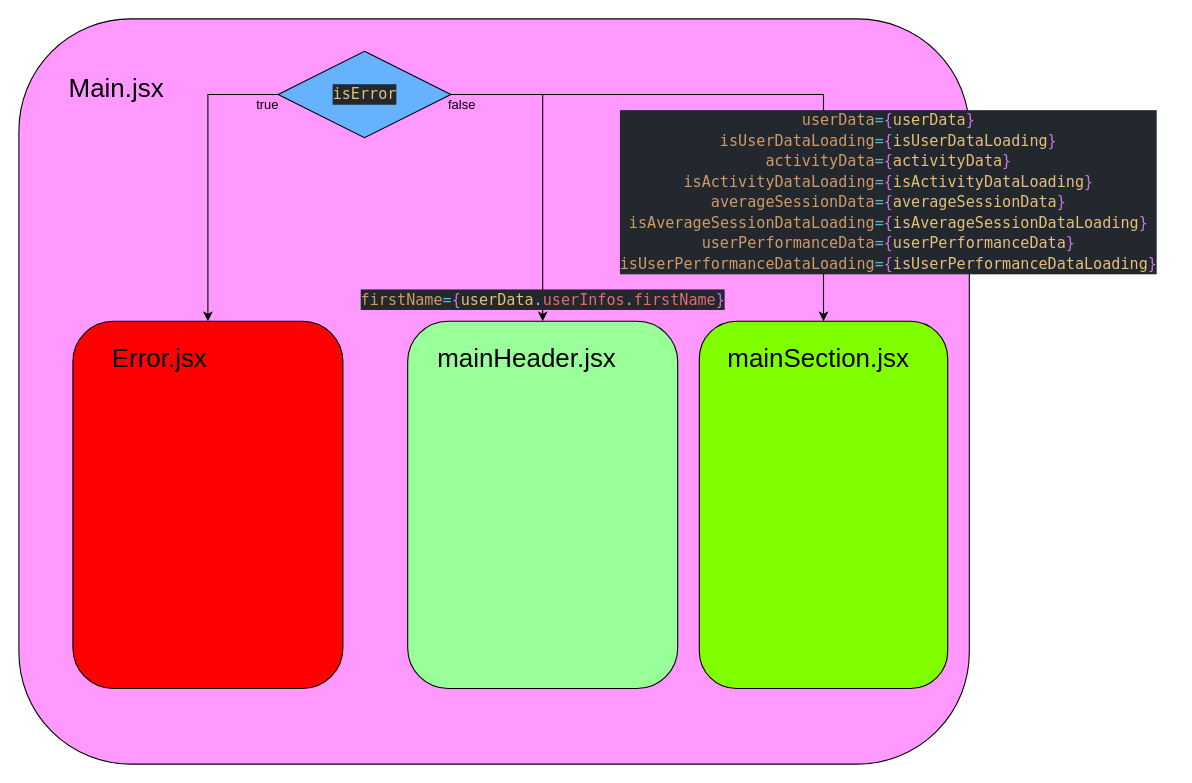
This is docs/Main.jsx.drawio from DevWeb13/GiulianoLoic_12_26022022, a draw.io file, before an edit. Source tidied: cells renumbered, new cells numbered last; positions are measured from the earlier drawing's top-left corner, leaving out a move shared by most shapes. Both pictures are drawn from the tidied source at 108%, with x=0, y=0 at pixel (18, 18).
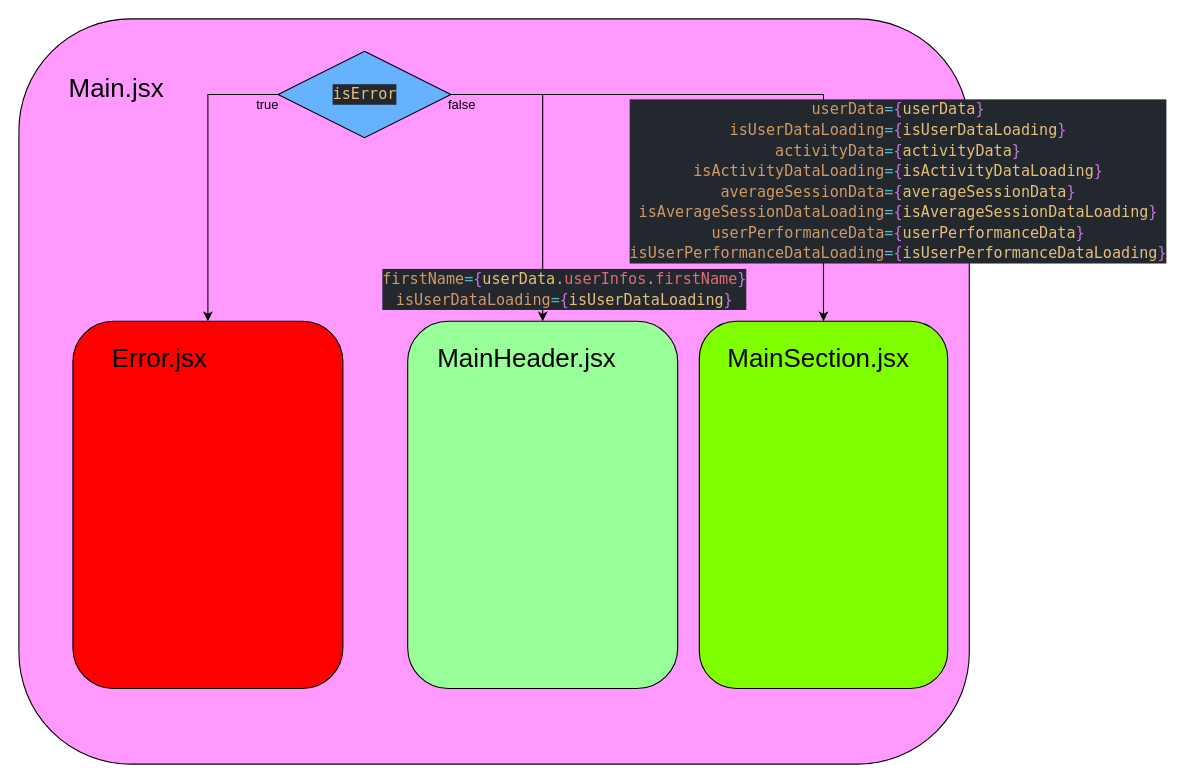
After the change.

Diff of the diagram source:
```diff
@@
 <mxGraphModel>
   <root>
     <mxCell id="0" />
     <mxCell id="1" parent="0" />
     <mxCell id="2" style="rounded=1;whiteSpace=wrap;html=1;fontFamily=Helvetica;fontSize=24;fontColor=default;strokeColor=default;fillColor=#FF99FF;" parent="1" vertex="1">
       <mxGeometry width="880" height="690" as="geometry" />
     </mxCell>
     <mxCell id="3" value="Main.jsx" style="text;html=1;align=center;verticalAlign=middle;strokeColor=none;fillColor=none;fontSize=24;fontFamily=Helvetica;fontColor=default;" parent="1" vertex="1">
       <mxGeometry x="40" y="50" width="100" height="30" as="geometry" />
     </mxCell>
     <mxCell id="4" style="rounded=1;whiteSpace=wrap;html=1;fillColor=#99FF99;" parent="1" vertex="1">
       <mxGeometry x="360" y="280" width="250" height="340" as="geometry" />
     </mxCell>
-    <mxCell id="5" value="mainHeader.jsx" style="text;html=1;align=center;verticalAlign=middle;strokeColor=none;fillColor=none;fontSize=24;fontFamily=Helvetica;fontColor=default;" parent="1" vertex="1">
+    <mxCell id="5" value="MainHeader.jsx" style="text;html=1;align=center;verticalAlign=middle;strokeColor=none;fillColor=none;fontSize=24;fontFamily=Helvetica;fontColor=default;" parent="1" vertex="1">
       <mxGeometry x="380" y="300" width="180" height="30" as="geometry" />
     </mxCell>
     <mxCell id="6" style="rounded=1;whiteSpace=wrap;html=1;fillColor=#80FF00;" parent="1" vertex="1">
       <mxGeometry x="630" y="280" width="230" height="340" as="geometry" />
     </mxCell>
-    <mxCell id="7" value="mainSection.jsx" style="text;html=1;align=center;verticalAlign=middle;strokeColor=none;fillColor=none;fontSize=24;fontFamily=Helvetica;fontColor=default;" parent="1" vertex="1">
+    <mxCell id="7" value="MainSection.jsx" style="text;html=1;align=center;verticalAlign=middle;strokeColor=none;fillColor=none;fontSize=24;fontFamily=Helvetica;fontColor=default;" parent="1" vertex="1">
       <mxGeometry x="650" y="300" width="180" height="30" as="geometry" />
     </mxCell>
     <mxCell id="8" style="rounded=1;whiteSpace=wrap;html=1;fillColor=#FF0000;" parent="1" vertex="1">
       <mxGeometry x="50" y="280" width="250" height="340" as="geometry" />
     </mxCell>
     <mxCell id="9" value="Error.jsx" style="text;html=1;align=center;verticalAlign=middle;strokeColor=none;fillColor=none;fontSize=24;fontFamily=Helvetica;fontColor=default;" parent="1" vertex="1">
       <mxGeometry x="80" y="300" width="100" height="30" as="geometry" />
     </mxCell>
     <mxCell id="10" style="edgeStyle=orthogonalEdgeStyle;rounded=0;jettySize=auto;html=1;exitX=1;exitY=0.5;exitDx=0;exitDy=0;entryX=0.5;entryY=0;entryDx=0;entryDy=0;" parent="1" edge="1" source="13" target="4">
       <mxGeometry relative="1" as="geometry" />
     </mxCell>
     <mxCell id="11" style="edgeStyle=orthogonalEdgeStyle;rounded=0;jettySize=auto;html=1;exitX=1;exitY=0.5;exitDx=0;exitDy=0;" parent="1" edge="1" source="13" target="6">
       <mxGeometry relative="1" as="geometry" />
     </mxCell>
     <mxCell id="12" style="edgeStyle=orthogonalEdgeStyle;rounded=0;jettySize=auto;html=1;exitX=0;exitY=0.5;exitDx=0;exitDy=0;" parent="1" edge="1" source="13" target="8">
       <mxGeometry relative="1" as="geometry" />
     </mxCell>
     <mxCell id="13" style="rhombus;whiteSpace=wrap;html=1;fillColor=#66B2FF;" parent="1" vertex="1">
       <mxGeometry x="240" y="30" width="160" height="80" as="geometry" />
     </mxCell>
     <mxCell id="14" value="&lt;div style=&quot;color: rgb(171 , 178 , 191) ; background-color: rgb(35 , 39 , 46) ; font-family: &amp;#34;droid sans mono&amp;#34; , &amp;#34;monospace&amp;#34; , monospace ; font-size: 14px ; line-height: 19px&quot;&gt;&lt;span style=&quot;color: #e5c07b&quot;&gt;isError&lt;/span&gt;&lt;/div&gt;" style="text;html=1;align=center;verticalAlign=middle;strokeColor=none;fillColor=none;" parent="1" vertex="1">
       <mxGeometry x="285" y="60" width="70" height="20" as="geometry" />
     </mxCell>
     <mxCell id="15" value="true" style="text;html=1;align=center;verticalAlign=middle;strokeColor=none;fillColor=none;" parent="1" vertex="1">
       <mxGeometry x="210" y="70" width="40" height="20" as="geometry" />
     </mxCell>
     <mxCell id="16" value="false" style="text;html=1;align=center;verticalAlign=middle;strokeColor=none;fillColor=none;" parent="1" vertex="1">
       <mxGeometry x="390" y="70" width="40" height="20" as="geometry" />
     </mxCell>
-    <mxCell id="17" value="&lt;div style=&quot;color: rgb(171 , 178 , 191) ; background-color: rgb(35 , 39 , 46) ; font-family: &amp;#34;droid sans mono&amp;#34; , &amp;#34;monospace&amp;#34; , monospace ; font-size: 14px ; line-height: 19px&quot;&gt;&lt;span style=&quot;color: #d19a66&quot;&gt;firstName&lt;/span&gt;&lt;span style=&quot;color: #56b6c2&quot;&gt;=&lt;/span&gt;&lt;span style=&quot;color: #c678dd&quot;&gt;{&lt;/span&gt;&lt;span style=&quot;color: #e5c07b&quot;&gt;userData&lt;/span&gt;.&lt;span style=&quot;color: #e06c75&quot;&gt;userInfos&lt;/span&gt;.&lt;span style=&quot;color: #e06c75&quot;&gt;firstName&lt;/span&gt;&lt;span style=&quot;color: #c678dd&quot;&gt;}&lt;/span&gt;&lt;/div&gt;" style="text;html=1;align=center;verticalAlign=middle;strokeColor=none;fillColor=none;" parent="1" vertex="1">
-      <mxGeometry x="310" y="250" width="350" height="20" as="geometry" />
-    </mxCell>
     <mxCell id="18" value="&lt;div style=&quot;color: rgb(171 , 178 , 191) ; background-color: rgb(35 , 39 , 46) ; font-family: &amp;#34;droid sans mono&amp;#34; , &amp;#34;monospace&amp;#34; , monospace ; font-size: 14px ; line-height: 19px&quot;&gt;&lt;div&gt;&lt;span style=&quot;color: #d19a66&quot;&gt;userData&lt;/span&gt;&lt;span style=&quot;color: #56b6c2&quot;&gt;=&lt;/span&gt;&lt;span style=&quot;color: #c678dd&quot;&gt;{&lt;/span&gt;&lt;span style=&quot;color: #e5c07b&quot;&gt;userData&lt;/span&gt;&lt;span style=&quot;color: #c678dd&quot;&gt;}&lt;/span&gt;&lt;/div&gt;&lt;div&gt;        &lt;span style=&quot;color: #d19a66&quot;&gt;isUserDataLoading&lt;/span&gt;&lt;span style=&quot;color: #56b6c2&quot;&gt;=&lt;/span&gt;&lt;span style=&quot;color: #c678dd&quot;&gt;{&lt;/span&gt;&lt;span style=&quot;color: #e5c07b&quot;&gt;isUserDataLoading&lt;/span&gt;&lt;span style=&quot;color: #c678dd&quot;&gt;}&lt;/span&gt;&lt;/div&gt;&lt;div&gt;        &lt;span style=&quot;color: #d19a66&quot;&gt;activityData&lt;/span&gt;&lt;span style=&quot;color: #56b6c2&quot;&gt;=&lt;/span&gt;&lt;span style=&quot;color: #c678dd&quot;&gt;{&lt;/span&gt;&lt;span style=&quot;color: #e5c07b&quot;&gt;activityData&lt;/span&gt;&lt;span style=&quot;color: #c678dd&quot;&gt;}&lt;/span&gt;&lt;/div&gt;&lt;div&gt;        &lt;span style=&quot;color: #d19a66&quot;&gt;isActivityDataLoading&lt;/span&gt;&lt;span style=&quot;color: #56b6c2&quot;&gt;=&lt;/span&gt;&lt;span style=&quot;color: #c678dd&quot;&gt;{&lt;/span&gt;&lt;span style=&quot;color: #e5c07b&quot;&gt;isActivityDataLoading&lt;/span&gt;&lt;span style=&quot;color: #c678dd&quot;&gt;}&lt;/span&gt;&lt;/div&gt;&lt;div&gt;        &lt;span style=&quot;color: #d19a66&quot;&gt;averageSessionData&lt;/span&gt;&lt;span style=&quot;color: #56b6c2&quot;&gt;=&lt;/span&gt;&lt;span style=&quot;color: #c678dd&quot;&gt;{&lt;/span&gt;&lt;span style=&quot;color: #e5c07b&quot;&gt;averageSessionData&lt;/span&gt;&lt;span style=&quot;color: #c678dd&quot;&gt;}&lt;/span&gt;&lt;/div&gt;&lt;div&gt;        &lt;span style=&quot;color: #d19a66&quot;&gt;isAverageSessionDataLoading&lt;/span&gt;&lt;span style=&quot;color: #56b6c2&quot;&gt;=&lt;/span&gt;&lt;span style=&quot;color: #c678dd&quot;&gt;{&lt;/span&gt;&lt;span style=&quot;color: #e5c07b&quot;&gt;isAverageSessionDataLoading&lt;/span&gt;&lt;span style=&quot;color: #c678dd&quot;&gt;}&lt;/span&gt;&lt;/div&gt;&lt;div&gt;        &lt;span style=&quot;color: #d19a66&quot;&gt;userPerformanceData&lt;/span&gt;&lt;span style=&quot;color: #56b6c2&quot;&gt;=&lt;/span&gt;&lt;span style=&quot;color: #c678dd&quot;&gt;{&lt;/span&gt;&lt;span style=&quot;color: #e5c07b&quot;&gt;userPerformanceData&lt;/span&gt;&lt;span style=&quot;color: #c678dd&quot;&gt;}&lt;/span&gt;&lt;/div&gt;&lt;div&gt;        &lt;span style=&quot;color: #d19a66&quot;&gt;isUserPerformanceDataLoading&lt;/span&gt;&lt;span style=&quot;color: #56b6c2&quot;&gt;=&lt;/span&gt;&lt;span style=&quot;color: #c678dd&quot;&gt;{&lt;/span&gt;&lt;span style=&quot;color: #e5c07b&quot;&gt;isUserPerformanceDataLoading&lt;/span&gt;&lt;span style=&quot;color: #c678dd&quot;&gt;}&lt;/span&gt;&lt;/div&gt;&lt;/div&gt;" style="text;html=1;align=center;verticalAlign=middle;strokeColor=none;fillColor=none;" parent="1" vertex="1">
-      <mxGeometry x="550" y="80" width="510" height="160" as="geometry" />
+      <mxGeometry x="559" y="70" width="510" height="160" as="geometry" />
     </mxCell>
+    <mxCell id="19" value="&lt;div style=&quot;color: rgb(171 , 178 , 191) ; background-color: rgb(35 , 39 , 46) ; font-family: &amp;#34;droid sans mono&amp;#34; , &amp;#34;monospace&amp;#34; , monospace ; font-size: 14px ; line-height: 19px&quot;&gt;&lt;div&gt;&lt;span style=&quot;color: #d19a66&quot;&gt;firstName&lt;/span&gt;&lt;span style=&quot;color: #56b6c2&quot;&gt;=&lt;/span&gt;&lt;span style=&quot;color: #c678dd&quot;&gt;{&lt;/span&gt;&lt;span style=&quot;color: #e5c07b&quot;&gt;userData&lt;/span&gt;.&lt;span style=&quot;color: #e06c75&quot;&gt;userInfos&lt;/span&gt;.&lt;span style=&quot;color: #e06c75&quot;&gt;firstName&lt;/span&gt;&lt;span style=&quot;color: #c678dd&quot;&gt;}&lt;/span&gt;&lt;/div&gt;&lt;div&gt;        &lt;span style=&quot;color: #d19a66&quot;&gt;isUserDataLoading&lt;/span&gt;&lt;span style=&quot;color: #56b6c2&quot;&gt;=&lt;/span&gt;&lt;span style=&quot;color: #c678dd&quot;&gt;{&lt;/span&gt;&lt;span style=&quot;color: #e5c07b&quot;&gt;isUserDataLoading&lt;/span&gt;&lt;span style=&quot;color: #c678dd&quot;&gt;}&lt;/span&gt;&lt;/div&gt;&lt;/div&gt;" style="text;html=1;align=center;verticalAlign=middle;strokeColor=none;fillColor=none;" parent="1" vertex="1">
+      <mxGeometry x="330" y="230" width="350" height="40" as="geometry" />
+    </mxCell>
   </root>
 </mxGraphModel>
```
